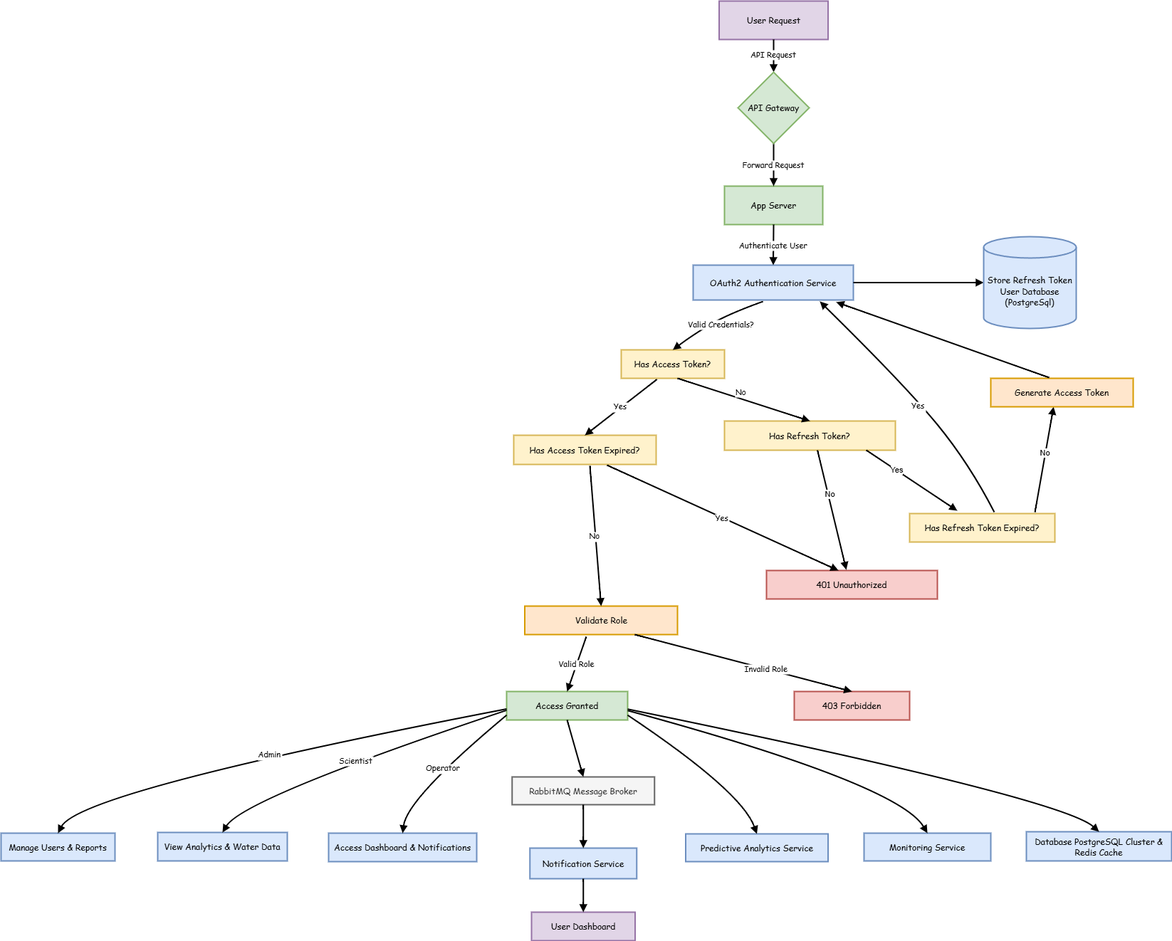
The draw.io diagram DIAGRAMS/PNG/Authorization and RBAC.png in MEPHIST0S/MODERN-SOFTWARE-ARCHITECTURES, before a commit. Source tidied: cells renumbered, new cells last; positions are measured from the earlier drawing's top-left corner, leaving out a move shared by most shapes.
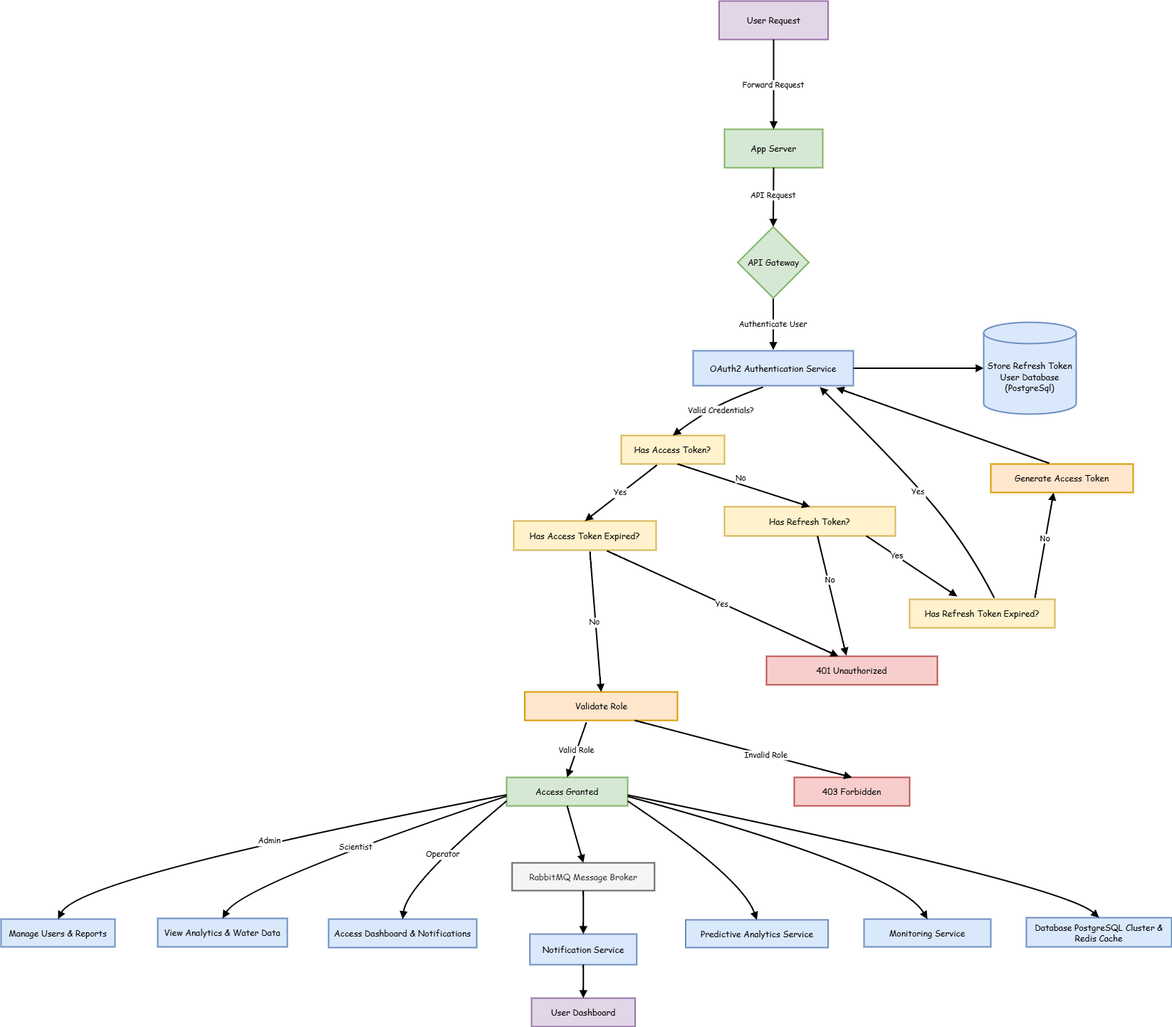
The same file after the commit.

Diff of the diagram source:
```diff
@@ -3,10 +3,10 @@
     <mxCell id="0" />
     <mxCell id="1" parent="0" />
     <mxCell id="2" value="User Request" style="whiteSpace=wrap;strokeWidth=2;fontFamily=Comic Sans MS;fillColor=#e1d5e7;strokeColor=#9673a6;" parent="1" vertex="1">
-      <mxGeometry x="1008.5" width="153" height="54" as="geometry" />
+      <mxGeometry x="1008.5" y="-120" width="153" height="54" as="geometry" />
     </mxCell>
     <mxCell id="3" value="App Server" style="whiteSpace=wrap;strokeWidth=2;fontFamily=Comic Sans MS;fillColor=#d5e8d4;strokeColor=#82b366;" parent="1" vertex="1">
-      <mxGeometry x="1016" y="260" width="138" height="54" as="geometry" />
+      <mxGeometry x="1016" y="60" width="138" height="54" as="geometry" />
     </mxCell>
     <mxCell id="4" value="OAuth2 Authentication Service" style="whiteSpace=wrap;strokeWidth=2;fontFamily=Comic Sans MS;fillColor=#dae8fc;strokeColor=#6c8ebf;" parent="1" vertex="1">
       <mxGeometry x="972" y="371" width="225" height="49" as="geometry" />
@@ -62,14 +62,17 @@
     <mxCell id="21" value="Database PostgreSQL Cluster &amp; Redis Cache" style="whiteSpace=wrap;strokeWidth=2;fontFamily=Comic Sans MS;fillColor=#dae8fc;strokeColor=#6c8ebf;" parent="1" vertex="1">
       <mxGeometry x="1440" y="1167" width="204" height="41" as="geometry" />
     </mxCell>
-    <mxCell id="22" value="API Request" style="curved=1;startArrow=none;endArrow=block;exitX=0.5;exitY=1;rounded=0;strokeWidth=2;fontFamily=Comic Sans MS;" parent="1" edge="1" source="2" target="52">
+    <mxCell id="22" value="API Request" style="curved=1;startArrow=none;endArrow=block;exitX=0.5;exitY=1;rounded=0;strokeWidth=2;fontFamily=Comic Sans MS;exitDx=0;exitDy=0;entryX=0.5;entryY=0;entryDx=0;entryDy=0;" parent="1" edge="1" source="3" target="52">
       <mxGeometry x="-0.08" relative="1" as="geometry" />
     </mxCell>
-    <mxCell id="23" value="Forward Request" style="curved=1;startArrow=none;endArrow=block;entryX=0.5;entryY=0;rounded=0;strokeWidth=2;fontFamily=Comic Sans MS;exitX=0.5;exitY=1;exitDx=0;exitDy=0;" parent="1" edge="1" source="52" target="3">
+    <mxCell id="23" value="Forward Request" style="curved=1;startArrow=none;endArrow=block;entryX=0.5;entryY=0;rounded=0;strokeWidth=2;fontFamily=Comic Sans MS;exitX=0.5;exitY=1;exitDx=0;exitDy=0;entryDx=0;entryDy=0;" parent="1" edge="1" source="2" target="3">
       <mxGeometry relative="1" as="geometry" />
     </mxCell>
-    <mxCell id="24" value="Authenticate User" style="curved=1;startArrow=none;endArrow=block;exitX=0.5;exitY=1;entryX=0.5;entryY=0;rounded=0;strokeWidth=2;fontFamily=Comic Sans MS;" parent="1" edge="1" source="3" target="4">
-      <mxGeometry relative="1" as="geometry" />
+    <mxCell id="24" value="Authenticate User" style="curved=1;startArrow=none;endArrow=block;exitX=0.5;exitY=1;entryX=0.5;entryY=0;rounded=0;strokeWidth=2;fontFamily=Comic Sans MS;exitDx=0;exitDy=0;entryDx=0;entryDy=0;" parent="1" edge="1">
+      <mxGeometry relative="1" as="geometry">
+        <mxPoint x="1084.5" y="296" as="sourcePoint" />
+        <mxPoint x="1084.5" y="370" as="targetPoint" />
+      </mxGeometry>
     </mxCell>
     <mxCell id="25" value="Valid Credentials?" style="curved=1;startArrow=none;endArrow=block;exitX=0.436;exitY=1.041;entryX=0.5;entryY=0;rounded=0;strokeWidth=2;fontFamily=Comic Sans MS;exitDx=0;exitDy=0;exitPerimeter=0;" parent="1" edge="1" source="4" target="5">
       <mxGeometry x="-0.06" y="8" relative="1" as="geometry">
@@ -171,17 +174,17 @@
     <mxCell id="44" style="curved=1;startArrow=none;endArrow=block;exitX=0.544;exitY=1;entryX=0.467;entryY=-0.025;rounded=0;strokeWidth=2;fontFamily=Comic Sans MS;exitDx=0;exitDy=0;exitPerimeter=0;entryDx=0;entryDy=0;entryPerimeter=0;" parent="1" edge="1" source="6" target="8">
       <mxGeometry relative="1" as="geometry" />
     </mxCell>
-    <mxCell id="45" value="No" style="edgeLabel;html=1;align=center;verticalAlign=middle;" parent="44" vertex="1">
-      <mxGeometry x="-0.4" y="1" relative="1" as="geometry">
-        <mxPoint x="4" y="11" as="offset" />
-      </mxGeometry>
-    </mxCell>
+    <mxCell id="53" value="No" style="edgeLabel;html=1;align=center;verticalAlign=middle;" parent="44" vertex="1">
+      <mxGeometry x="-0.4" y="1" relative="1" as="geometry">
+        <mxPoint x="4" y="11" as="offset" />
+      </mxGeometry>
+    </mxCell>
     <mxCell id="46" style="curved=1;startArrow=none;endArrow=block;exitX=0.863;exitY=-0.05;entryX=0.441;entryY=1;rounded=0;strokeWidth=2;fontFamily=Comic Sans MS;entryDx=0;entryDy=0;exitDx=0;exitDy=0;entryPerimeter=0;exitPerimeter=0;" parent="1" edge="1" source="15" target="48">
       <mxGeometry relative="1" as="geometry" />
     </mxCell>
-    <mxCell id="47" value="No" style="edgeLabel;html=1;align=center;verticalAlign=middle;" parent="46" vertex="1">
-      <mxGeometry x="0.13" y="1" relative="1" as="geometry" />
-    </mxCell>
+    <mxCell id="54" value="No" style="edgeLabel;html=1;align=center;verticalAlign=middle;" parent="46" vertex="1">
+      <mxGeometry x="0.13" y="1" relative="1" as="geometry" />
+    </mxCell>
     <mxCell id="48" value="Generate Access Token" style="whiteSpace=wrap;strokeWidth=2;fontFamily=Comic Sans MS;fillColor=#ffe6cc;strokeColor=#d79b00;" parent="1" vertex="1">
       <mxGeometry x="1390" y="530" width="200" height="40" as="geometry" />
     </mxCell>
@@ -195,7 +198,7 @@
       <mxGeometry x="1380" y="331" width="130" height="129" as="geometry" />
     </mxCell>
     <mxCell id="52" value="&lt;font face=&quot;Comic Sans MS&quot;&gt;API Gateway&lt;/font&gt;" style="rhombus;whiteSpace=wrap;html=1;fillColor=#d5e8d4;strokeColor=#82b366;strokeWidth=2;" parent="1" vertex="1">
-      <mxGeometry x="1035" y="100" width="100" height="100" as="geometry" />
+      <mxGeometry x="1034.5" y="197" width="100" height="100" as="geometry" />
     </mxCell>
   </root>
 </mxGraphModel>
```
